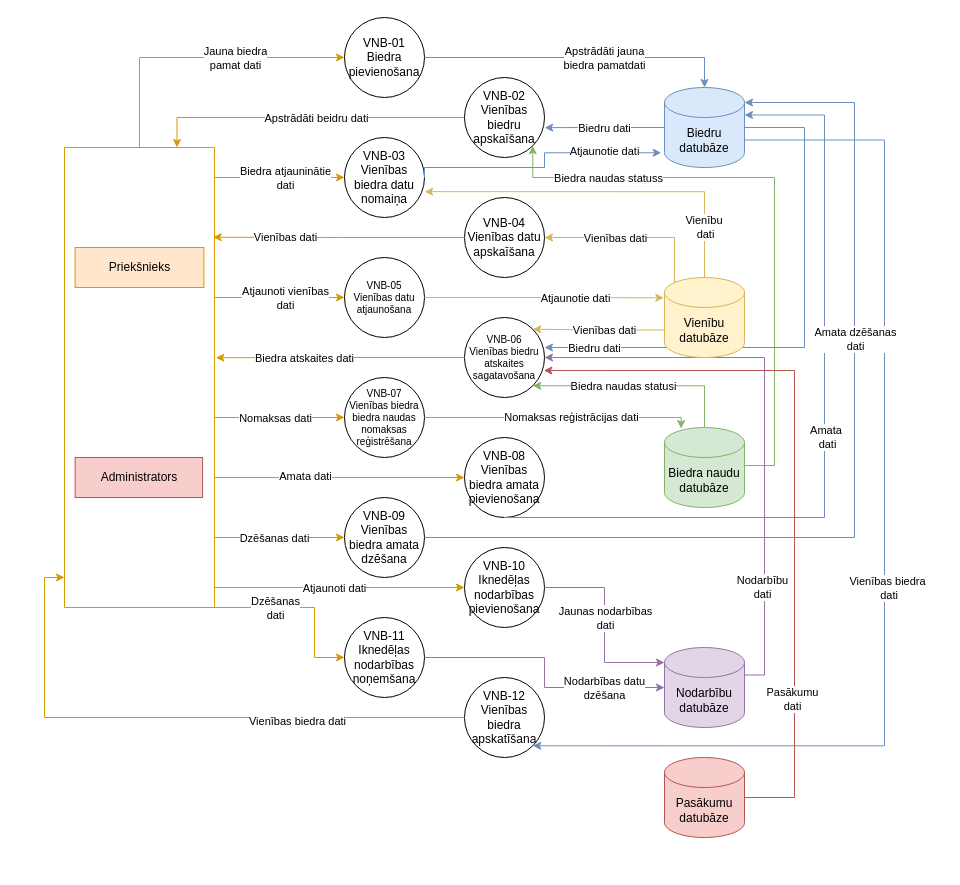
The draw.io diagram page "2.limena_VNB_DPD" (5 of 10) of Documentation/DiagramData/LSGCO_IS_DIAGRAMS.drawio in JekabsVanags/LSGCO_IS, before the edit. Source tidied: cells renumbered, new cells numbered last; positions are measured from the earlier drawing's top-left corner, leaving out a move shared by most shapes. Both pictures are drawn from the tidied source at 100%, with x=0, y=0 at pixel (44, 17).
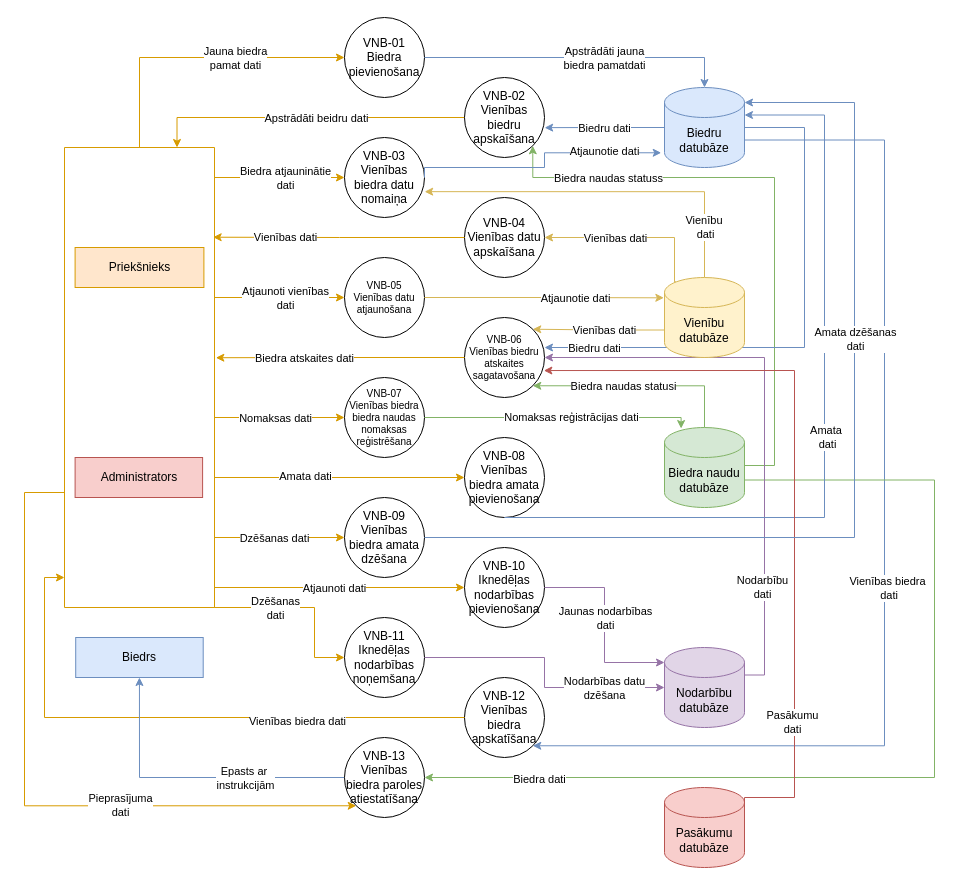
Above is the later version.

Unchanged cells that the change refers to:
```xml
<mxCell id="23" value="Biedra naudu datubāze" style="shape=cylinder3;whiteSpace=wrap;html=1;boundedLbl=1;backgroundOutline=1;size=15;fillColor=#d5e8d4;strokeColor=#82b366;fontColor=#000000;" parent="1" vertex="1">
  <mxGeometry x="620" y="410" width="80" height="80" as="geometry" />
</mxCell>
<mxCell id="47" style="swimlane;startSize=0;fillColor=#ffe6cc;strokeColor=#d79b00;" parent="1" vertex="1">
  <mxGeometry x="20" y="130" width="150" height="460" as="geometry" />
</mxCell>
```

Change to the diagram source:
```diff
@@
+    <mxCell id="82" style="edgeStyle=orthogonalEdgeStyle;rounded=0;jettySize=auto;html=1;exitX=1;exitY=0;exitDx=0;exitDy=52.5;exitPerimeter=0;entryX=1;entryY=0.5;entryDx=0;entryDy=0;fillColor=#d5e8d4;strokeColor=#82b366;" parent="1" edge="1" source="23" target="88">
+      <mxGeometry relative="1" as="geometry">
+        <Array as="points">
+          <mxPoint x="890" y="463" />
+          <mxPoint x="890" y="760" />
+        </Array>
+      </mxGeometry>
+    </mxCell>
+    <mxCell id="83" value="Biedra dati" style="edgeLabel;html=1;align=center;verticalAlign=middle;" parent="82" vertex="1">
+      <mxGeometry x="0.77" y="1" relative="1" as="geometry" />
+    </mxCell>
@@
+    <mxCell id="84" style="edgeStyle=orthogonalEdgeStyle;rounded=0;jettySize=auto;html=1;exitX=0;exitY=0.75;exitDx=0;exitDy=0;entryX=0;entryY=1;entryDx=0;entryDy=0;fillColor=#ffe6cc;strokeColor=#d79b00;" parent="1" edge="1" source="47" target="88">
+      <mxGeometry relative="1" as="geometry">
+        <Array as="points">
+          <mxPoint x="-20" y="475" />
+          <mxPoint x="-20" y="788" />
+        </Array>
+      </mxGeometry>
+    </mxCell>
+    <mxCell id="85" value="Pieprasījuma&lt;br&gt;dati" style="edgeLabel;html=1;align=center;verticalAlign=middle;" parent="84" vertex="1">
+      <mxGeometry x="0.31" y="1" relative="1" as="geometry" />
+    </mxCell>
@@
     <mxCell id="74" value="Pasākumu datubāze" style="shape=cylinder3;whiteSpace=wrap;html=1;boundedLbl=1;backgroundOutline=1;size=15;fillColor=#f8cecc;strokeColor=#b85450;fontColor=#000000;" parent="1" vertex="1">
-      <mxGeometry x="620" y="740" width="80" height="80" as="geometry" />
+      <mxGeometry x="620" y="770" width="80" height="80" as="geometry" />
     </mxCell>
@@
+    <mxCell id="86" style="edgeStyle=orthogonalEdgeStyle;rounded=0;jettySize=auto;html=1;exitX=0;exitY=0.5;exitDx=0;exitDy=0;entryX=0.5;entryY=1;entryDx=0;entryDy=0;fillColor=#dae8fc;strokeColor=#6c8ebf;" parent="1" edge="1" source="88" target="89">
+      <mxGeometry relative="1" as="geometry" />
+    </mxCell>
+    <mxCell id="87" value="Epasts ar&amp;nbsp;&lt;br&gt;instrukcijām" style="edgeLabel;html=1;align=center;verticalAlign=middle;" parent="86" vertex="1">
+      <mxGeometry x="-0.07" y="-2" relative="1" as="geometry">
+        <mxPoint x="42" y="2" as="offset" />
+      </mxGeometry>
+    </mxCell>
+    <mxCell id="88" value="VNB-13&lt;br&gt;&lt;span style=&quot;background-color: initial;&quot;&gt;Vienības biedra paroles atiestatīšana&lt;/span&gt;" style="ellipse;whiteSpace=wrap;html=1;" parent="1" vertex="1">
+      <mxGeometry x="300" y="720" width="80" height="80" as="geometry" />
+    </mxCell>
+    <mxCell id="89" value="Biedrs" style="rounded=0;whiteSpace=wrap;html=1;fillColor=#dae8fc;strokeColor=#6c8ebf;" parent="1" vertex="1">
+      <mxGeometry x="31.2" y="620" width="127.5" height="40" as="geometry" />
+    </mxCell>
```
